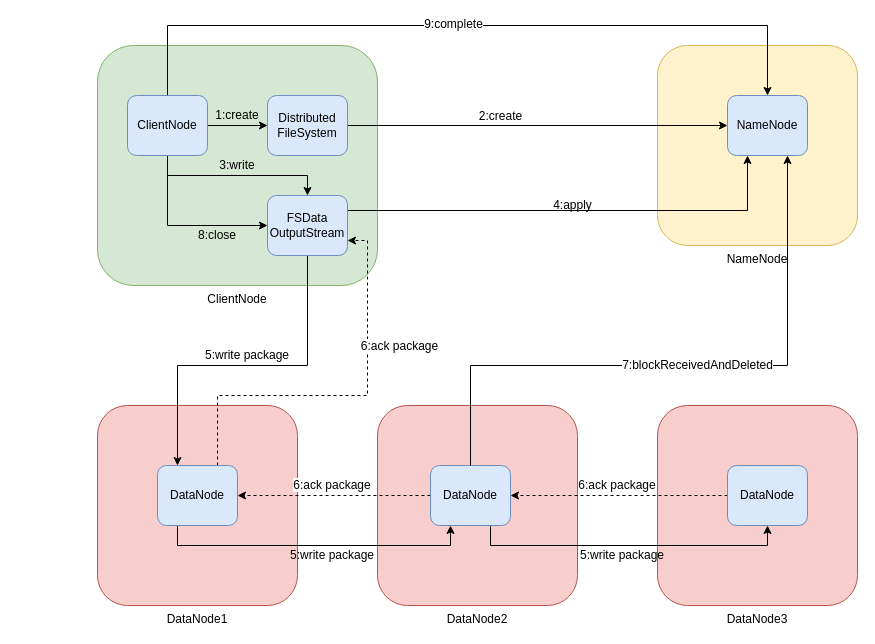
Earlier version of the draw.io diagram develop-stack/bigdata/hadoop/hdfs/hdfs_write_overview.drawio (sciatta/draw). Source tidied: cells renumbered, new cells numbered last; positions are measured from the earlier drawing's top-left corner, leaving out a move shared by most shapes. Both pictures are drawn from the tidied source at 100%, with x=0, y=0 at pixel (97, 25).
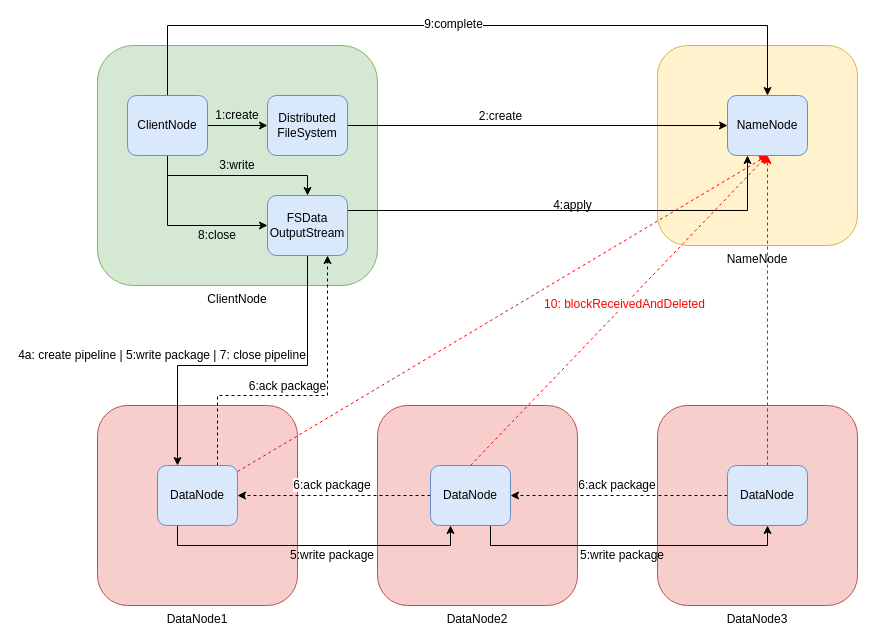
Above is the later version.

Commit message:
优化hdfs写入流程

The change refers to these unchanged cells:
```xml
<mxCell id="18" value="FSData&lt;br&gt;OutputStream" style="rounded=1;whiteSpace=wrap;html=1;fillColor=#dae8fc;strokeColor=#6c8ebf;" parent="1" vertex="1">
  <mxGeometry x="170" y="170" width="80" height="60" as="geometry" />
</mxCell>
<mxCell id="22" value="DataNode" style="rounded=1;whiteSpace=wrap;html=1;fillColor=#dae8fc;strokeColor=#6c8ebf;" parent="1" vertex="1">
  <mxGeometry x="60" y="440" width="80" height="60" as="geometry" />
</mxCell>
<mxCell id="23" value="NameNode" style="rounded=1;whiteSpace=wrap;html=1;fillColor=#dae8fc;strokeColor=#6c8ebf;" parent="1" vertex="1">
  <mxGeometry x="630" y="70" width="80" height="60" as="geometry" />
</mxCell>
<mxCell id="26" value="DataNode" style="rounded=1;whiteSpace=wrap;html=1;fillColor=#dae8fc;strokeColor=#6c8ebf;" parent="1" vertex="1">
  <mxGeometry x="333" y="440" width="80" height="60" as="geometry" />
</mxCell>
<mxCell id="28" value="DataNode" style="rounded=1;whiteSpace=wrap;html=1;fillColor=#dae8fc;strokeColor=#6c8ebf;" parent="1" vertex="1">
  <mxGeometry x="630" y="440" width="80" height="60" as="geometry" />
</mxCell>
```

Diff of the diagram source:
```diff
@@
-    <mxCell id="20" style="edgeStyle=orthogonalEdgeStyle;rounded=0;jettySize=auto;html=1;exitX=0.75;exitY=0;exitDx=0;exitDy=0;entryX=1;entryY=0.75;entryDx=0;entryDy=0;dashed=1;" parent="1" edge="1" source="22" target="18">
+    <mxCell id="20" style="edgeStyle=orthogonalEdgeStyle;rounded=0;jettySize=auto;html=1;exitX=0.75;exitY=0;exitDx=0;exitDy=0;dashed=1;" parent="1" edge="1" source="22" target="18">
       <mxGeometry relative="1" as="geometry">
         <Array as="points">
           <mxPoint x="120" y="370" />
-          <mxPoint x="270" y="370" />
-          <mxPoint x="270" y="215" />
+          <mxPoint x="230" y="370" />
         </Array>
       </mxGeometry>
     </mxCell>
     <mxCell id="21" value="6:ack package" style="text;html=1;align=center;verticalAlign=middle;labelBackgroundColor=#ffffff;" parent="20" vertex="1">
       <mxGeometry x="0.02" y="3" relative="1" as="geometry">
-        <mxPoint x="50" y="-47" as="offset" />
+        <mxPoint x="-24" y="-7" as="offset" />
       </mxGeometry>
     </mxCell>
+    <mxCell id="40" style="edgeStyle=none;rounded=0;jettySize=auto;html=1;dashed=1;strokeColor=#FF0000;fontColor=#FF0000;entryX=0.5;entryY=1;entryDx=0;entryDy=0;" parent="1" edge="1" source="22" target="23">
+      <mxGeometry relative="1" as="geometry" />
+    </mxCell>
@@
+    <mxCell id="41" style="edgeStyle=none;rounded=0;jettySize=auto;html=1;dashed=1;strokeColor=#FF0000;fontColor=#FF0000;" parent="1" edge="1" source="28" target="23">
+      <mxGeometry relative="1" as="geometry" />
+    </mxCell>
@@
-    <mxCell id="31" value="5:write package" style="text;html=1;strokeColor=none;fillColor=none;align=center;verticalAlign=middle;whiteSpace=wrap;rounded=0;" parent="1" vertex="1">
-      <mxGeometry x="100" y="320" width="100" height="20" as="geometry" />
+    <mxCell id="31" value="4a: create pipeline | 5:write package | 7: close pipeline" style="text;html=1;strokeColor=none;fillColor=none;align=center;verticalAlign=middle;whiteSpace=wrap;rounded=0;" parent="1" vertex="1">
+      <mxGeometry x="-80" y="320" width="290" height="20" as="geometry" />
     </mxCell>
@@
-    <mxCell id="38" style="edgeStyle=orthogonalEdgeStyle;rounded=0;jettySize=auto;html=1;entryX=0.75;entryY=1;entryDx=0;entryDy=0;exitX=0.5;exitY=0;exitDx=0;exitDy=0;" parent="1" edge="1" source="26" target="23">
-      <mxGeometry relative="1" as="geometry">
-        <Array as="points">
-          <mxPoint x="373" y="340" />
-          <mxPoint x="690" y="340" />
-        </Array>
-      </mxGeometry>
+    <mxCell id="38" style="rounded=0;jettySize=auto;html=1;entryX=0.5;entryY=1;entryDx=0;entryDy=0;exitX=0.5;exitY=0;exitDx=0;exitDy=0;strokeColor=#FF0000;dashed=1;" parent="1" edge="1" source="26" target="23">
+      <mxGeometry relative="1" as="geometry" />
     </mxCell>
-    <mxCell id="39" value="7:blockReceivedAndDeleted" style="text;html=1;align=center;verticalAlign=middle;labelBackgroundColor=#ffffff;" parent="38" vertex="1">
+    <mxCell id="39" value="10: blockReceivedAndDeleted" style="text;html=1;align=center;verticalAlign=middle;labelBackgroundColor=#ffffff;fontColor=#FF0000;" parent="38" vertex="1">
       <mxGeometry x="0.04" y="1" relative="1" as="geometry" />
     </mxCell>
```
